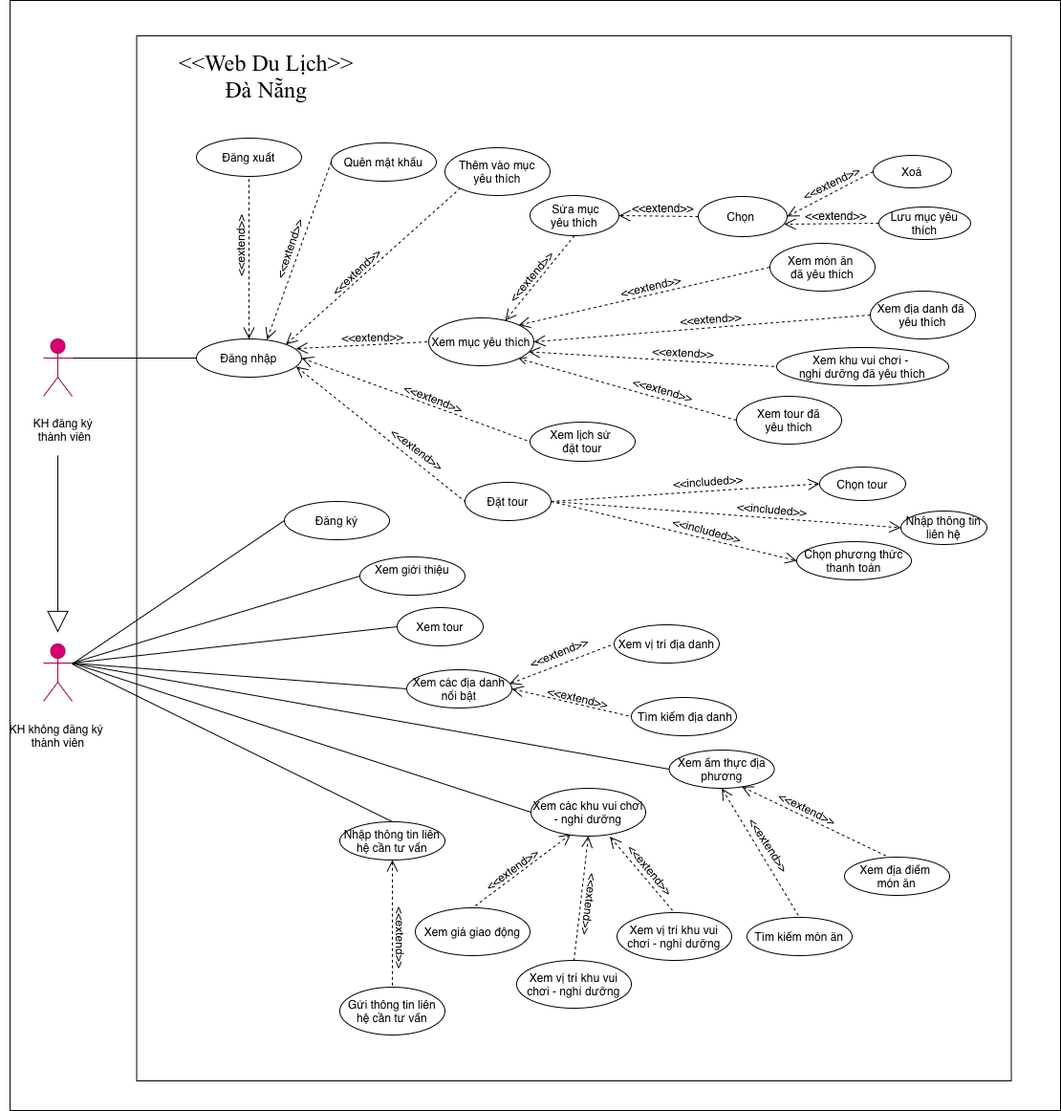
Before: USE CASE DIAGRAM_CUS.drawio.png, a diagram exported from draw.io (MinhCaoPC/DOAN). Source tidied: cells renumbered, new cells last; positions are measured from the earlier drawing's top-left corner, leaving out a move shared by most shapes.
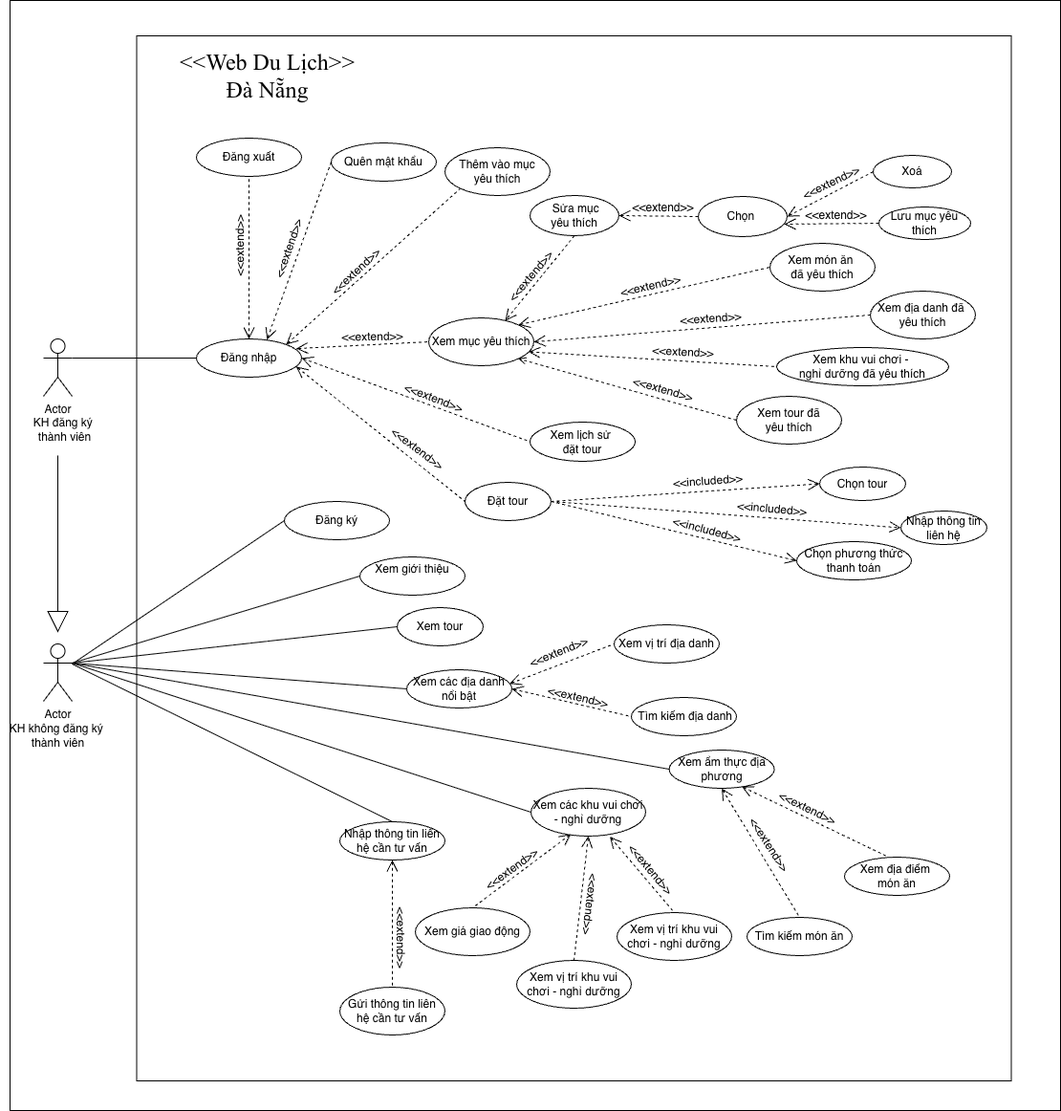
The same diagram one commit later.

Diff of the diagram source:
```diff
@@ -11,7 +11,7 @@
     <mxCell id="4" style="rounded=0;jettySize=auto;html=1;exitX=1;exitY=0.3333333333333333;exitDx=0;exitDy=0;exitPerimeter=0;entryX=0;entryY=0.5;entryDx=0;entryDy=0;endArrow=none;endFill=0;" parent="1" edge="1" source="5" target="40">
       <mxGeometry relative="1" as="geometry" />
     </mxCell>
-    <mxCell id="5" value="Actor" style="shape=umlActor;verticalLabelPosition=bottom;verticalAlign=top;html=1;outlineConnect=0;fillColor=#d80073;strokeColor=#A50040;fontColor=#ffffff;direction=east;" parent="1" vertex="1">
+    <mxCell id="5" value="Actor" style="shape=umlActor;verticalLabelPosition=bottom;verticalAlign=top;html=1;outlineConnect=0;direction=east;" parent="1" vertex="1">
       <mxGeometry x="45" y="354" width="30" height="60" as="geometry" />
     </mxCell>
     <mxCell id="6" value="Xem giới thiệu&lt;div&gt;&lt;br&gt;&lt;/div&gt;" style="ellipse;whiteSpace=wrap;html=1;direction=east;" parent="1" vertex="1">
@@ -98,7 +98,7 @@
     <mxCell id="32" style="rounded=0;jettySize=auto;html=1;exitX=1;exitY=0.3333333333333333;exitDx=0;exitDy=0;exitPerimeter=0;entryX=0;entryY=0.5;entryDx=0;entryDy=0;endArrow=none;endFill=0;" parent="1" edge="1" source="33" target="88">
       <mxGeometry relative="1" as="geometry" />
     </mxCell>
-    <mxCell id="33" value="Actor" style="shape=umlActor;verticalLabelPosition=bottom;verticalAlign=top;html=1;outlineConnect=0;fillColor=#d80073;strokeColor=#A50040;fontColor=#ffffff;direction=east;" parent="1" vertex="1">
+    <mxCell id="33" value="Actor" style="shape=umlActor;verticalLabelPosition=bottom;verticalAlign=top;html=1;outlineConnect=0;direction=east;" parent="1" vertex="1">
       <mxGeometry x="45" y="673" width="30" height="60" as="geometry" />
     </mxCell>
     <mxCell id="34" value="&lt;div&gt;Đăng xuất&lt;/div&gt;" style="ellipse;whiteSpace=wrap;html=1;direction=east;" parent="1" vertex="1">
```
